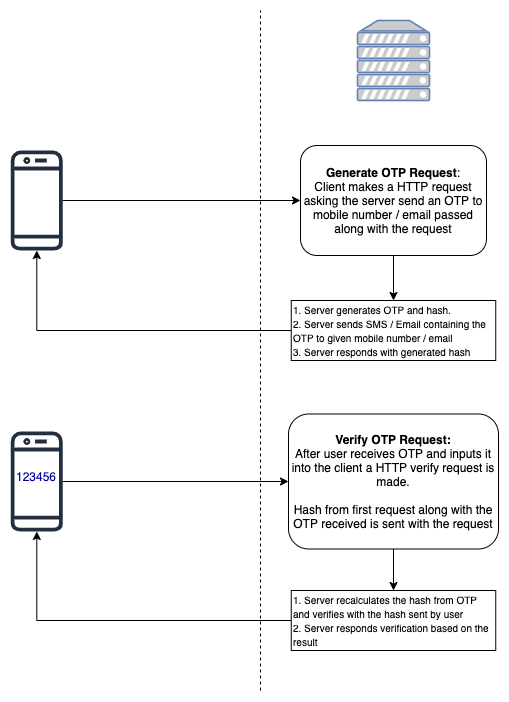
Before: assets/Simple-OTP.png, a diagram exported from draw.io (nogoodusername/simple-otp). Source tidied: cells renumbered, new cells last; positions are measured from the earlier drawing's top-left corner, leaving out a move shared by most shapes.
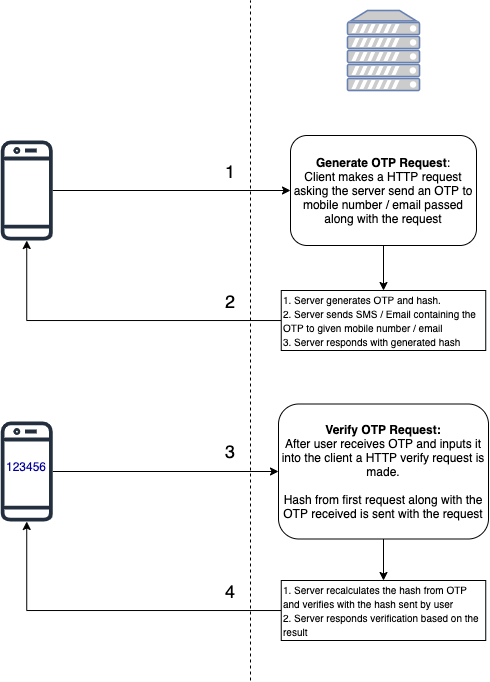
Later version of the same file.

Change to the diagram source:
```diff
@@ -50,5 +50,17 @@
         <mxPoint x="250" as="targetPoint" />
       </mxGeometry>
     </mxCell>
+    <mxCell id="17" value="&lt;font style=&quot;font-size: 18px&quot;&gt;2&lt;/font&gt;" style="text;html=1;strokeColor=none;fillColor=none;align=center;verticalAlign=middle;whiteSpace=wrap;rounded=0;" parent="1" vertex="1">
+      <mxGeometry x="221" y="290" width="18.3" height="21.8" as="geometry" />
+    </mxCell>
+    <mxCell id="18" value="&lt;font style=&quot;font-size: 18px&quot;&gt;1&lt;/font&gt;" style="text;html=1;strokeColor=none;fillColor=none;align=center;verticalAlign=middle;whiteSpace=wrap;rounded=0;" parent="1" vertex="1">
+      <mxGeometry x="221" y="160" width="18.3" height="21.8" as="geometry" />
+    </mxCell>
+    <mxCell id="19" value="&lt;font style=&quot;font-size: 18px&quot;&gt;3&lt;/font&gt;" style="text;html=1;strokeColor=none;fillColor=none;align=center;verticalAlign=middle;whiteSpace=wrap;rounded=0;" parent="1" vertex="1">
+      <mxGeometry x="221" y="440" width="18.3" height="21.8" as="geometry" />
+    </mxCell>
+    <mxCell id="20" value="&lt;font style=&quot;font-size: 18px&quot;&gt;4&lt;/font&gt;" style="text;html=1;strokeColor=none;fillColor=none;align=center;verticalAlign=middle;whiteSpace=wrap;rounded=0;" parent="1" vertex="1">
+      <mxGeometry x="221" y="580" width="18.3" height="21.8" as="geometry" />
+    </mxCell>
   </root>
 </mxGraphModel>
```
